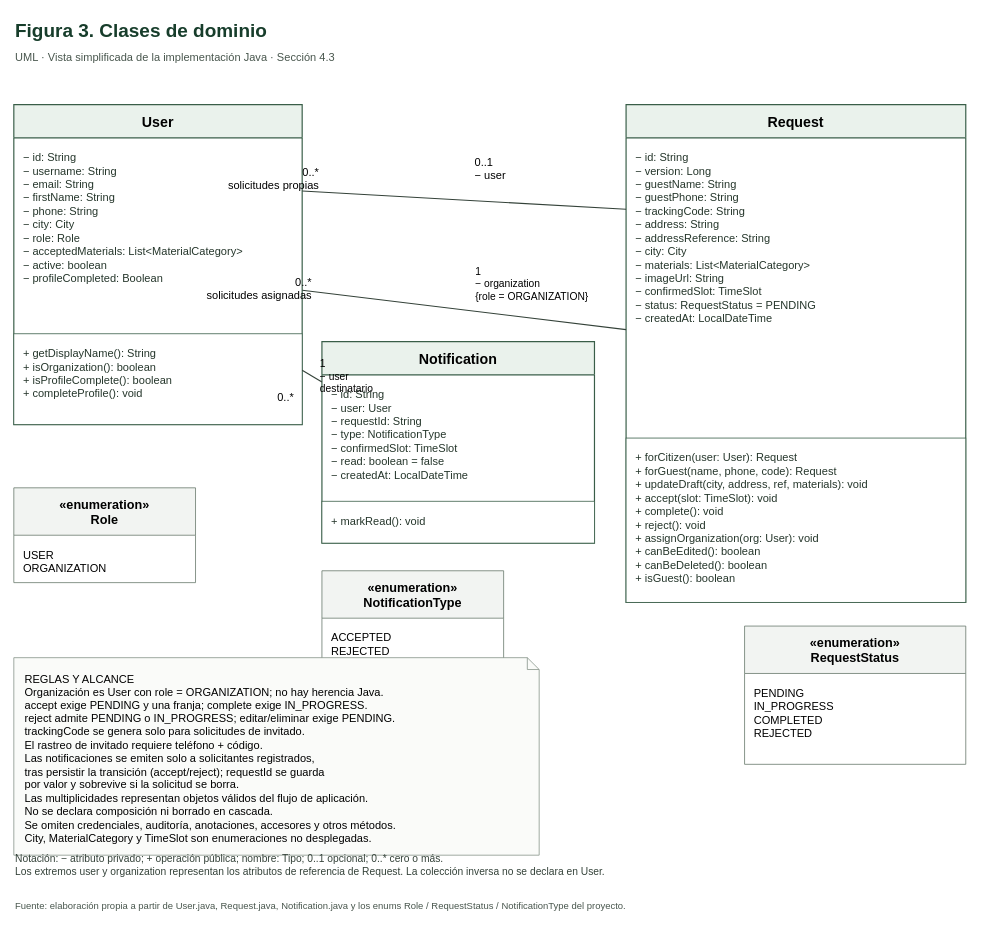
Before: docs/diagrams/figura3-clases.drawio in fedegonc/residuosolido, a draw.io diagram. Source tidied: cells renumbered, new cells numbered last; positions are measured from the earlier drawing's top-left corner, leaving out a move shared by most shapes. Both pictures are drawn from the tidied source at 79%, with x=0, y=0 at pixel (13, 13).
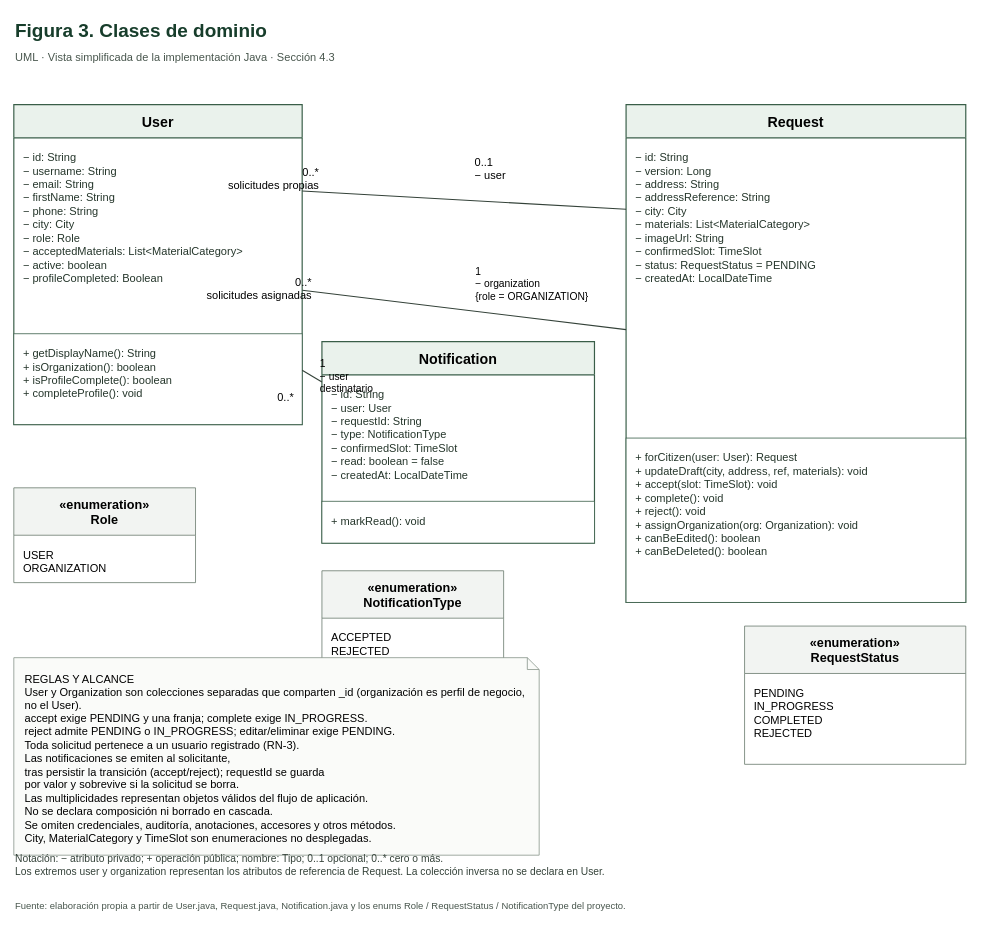
The same diagram, later.

Unchanged cells that the change refers to:
```xml
<mxCell id="7" value="Request" style="swimlane;startSize=42;horizontal=1;rounded=0;html=0;fontFamily=Helvetica;fontSize=18;fontStyle=1;fillColor=#eaf2ec;swimlaneFillColor=#ffffff;strokeColor=#395e48;strokeWidth=1.5;" parent="1" vertex="1">
  <mxGeometry x="775" y="115" width="430" height="630" as="geometry" />
</mxCell>
```

Change to the diagram source:
```diff
@@
-    <mxCell id="8" value="− id: String&#10;− version: Long&#10;− guestName: String&#10;− guestPhone: String&#10;− trackingCode: String&#10;− address: String&#10;− addressReference: String&#10;− city: City&#10;− materials: List&lt;MaterialCategory&gt;&#10;− imageUrl: String&#10;− confirmedSlot: TimeSlot&#10;− status: RequestStatus = PENDING&#10;− createdAt: LocalDateTime" style="text;html=0;align=left;verticalAlign=top;spacing=12;fontFamily=Helvetica;fontSize=14;fontColor=#25362b;" parent="7" vertex="1">
+    <mxCell id="8" value="− id: String&#10;− version: Long&#10;− address: String&#10;− addressReference: String&#10;− city: City&#10;− materials: List&lt;MaterialCategory&gt;&#10;− imageUrl: String&#10;− confirmedSlot: TimeSlot&#10;− status: RequestStatus = PENDING&#10;− createdAt: LocalDateTime" style="text;html=0;align=left;verticalAlign=top;spacing=12;fontFamily=Helvetica;fontSize=14;fontColor=#25362b;" parent="7" vertex="1">
       <mxGeometry y="42" width="430" height="380" as="geometry" />
     </mxCell>
-    <mxCell id="9" value="+ forCitizen(user: User): Request&#10;+ forGuest(name, phone, code): Request&#10;+ updateDraft(city, address, ref, materials): void&#10;+ accept(slot: TimeSlot): void&#10;+ complete(): void&#10;+ reject(): void&#10;+ assignOrganization(org: User): void&#10;+ canBeEdited(): boolean&#10;+ canBeDeleted(): boolean&#10;+ isGuest(): boolean" style="rounded=0;html=0;align=left;verticalAlign=top;spacing=12;fontFamily=Helvetica;fontSize=14;fontColor=#25362b;fillColor=#ffffff;strokeColor=#395e48;" parent="7" vertex="1">
+    <mxCell id="9" value="+ forCitizen(user: User): Request&#10;+ updateDraft(city, address, ref, materials): void&#10;+ accept(slot: TimeSlot): void&#10;+ complete(): void&#10;+ reject(): void&#10;+ assignOrganization(org: Organization): void&#10;+ canBeEdited(): boolean&#10;+ canBeDeleted(): boolean" style="rounded=0;html=0;align=left;verticalAlign=top;spacing=12;fontFamily=Helvetica;fontSize=14;fontColor=#25362b;fillColor=#ffffff;strokeColor=#395e48;" parent="7" vertex="1">
       <mxGeometry y="422" width="430" height="208" as="geometry" />
     </mxCell>
@@
-    <mxCell id="28" value="REGLAS Y ALCANCE&#10;Organización es User con role = ORGANIZATION; no hay herencia Java.&#10;accept exige PENDING y una franja; complete exige IN_PROGRESS.&#10;reject admite PENDING o IN_PROGRESS; editar/eliminar exige PENDING.&#10;trackingCode se genera solo para solicitudes de invitado.&#10;El rastreo de invitado requiere teléfono + código.&#10;Las notificaciones se emiten solo a solicitantes registrados,&#10;tras persistir la transición (accept/reject); requestId se guarda&#10;por valor y sobrevive si la solicitud se borra.&#10;Las multiplicidades representan objetos válidos del flujo de aplicación.&#10;No se declara composición ni borrado en cascada.&#10;Se omiten credenciales, auditoría, anotaciones, accesores y otros métodos.&#10;City, MaterialCategory y TimeSlot son enumeraciones no desplegadas." style="shape=note;size=15;whiteSpace=wrap;html=0;align=left;verticalAlign=top;spacing=14;fontFamily=Helvetica;fontSize=14;fillColor=#fafbf9;strokeColor=#87948a;" parent="1" vertex="1">
+    <mxCell id="28" value="REGLAS Y ALCANCE&#10;User y Organization son colecciones separadas que comparten _id (organización es perfil de negocio, no el User).&#10;accept exige PENDING y una franja; complete exige IN_PROGRESS.&#10;reject admite PENDING o IN_PROGRESS; editar/eliminar exige PENDING.&#10;Toda solicitud pertenece a un usuario registrado (RN-3).&#10;Las notificaciones se emiten al solicitante,&#10;tras persistir la transición (accept/reject); requestId se guarda&#10;por valor y sobrevive si la solicitud se borra.&#10;Las multiplicidades representan objetos válidos del flujo de aplicación.&#10;No se declara composición ni borrado en cascada.&#10;Se omiten credenciales, auditoría, anotaciones, accesores y otros métodos.&#10;City, MaterialCategory y TimeSlot son enumeraciones no desplegadas." style="shape=note;size=15;whiteSpace=wrap;html=0;align=left;verticalAlign=top;spacing=14;fontFamily=Helvetica;fontSize=14;fillColor=#fafbf9;strokeColor=#87948a;" parent="1" vertex="1">
       <mxGeometry y="815" width="665" height="250" as="geometry" />
     </mxCell>
```
